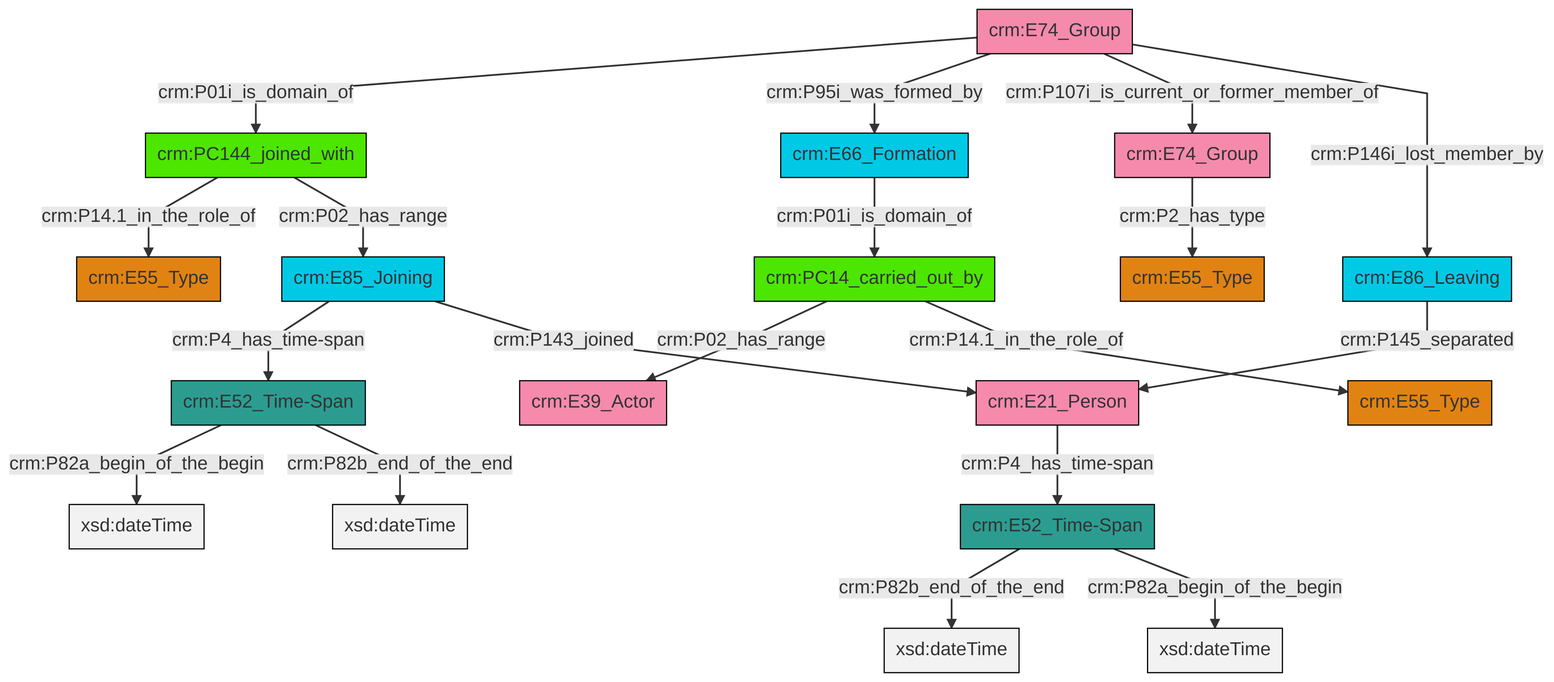
swiss-art-research-net/docs.swissartresearch keeps this Mermaid diagram as et/groupCSV/ttl/mmd/png/group_actor_relations.png. Above is the earlier version. Its source is kept beside it as et/groupCSV/ttl/mmd/group_actor_relations.ttl.mmd.
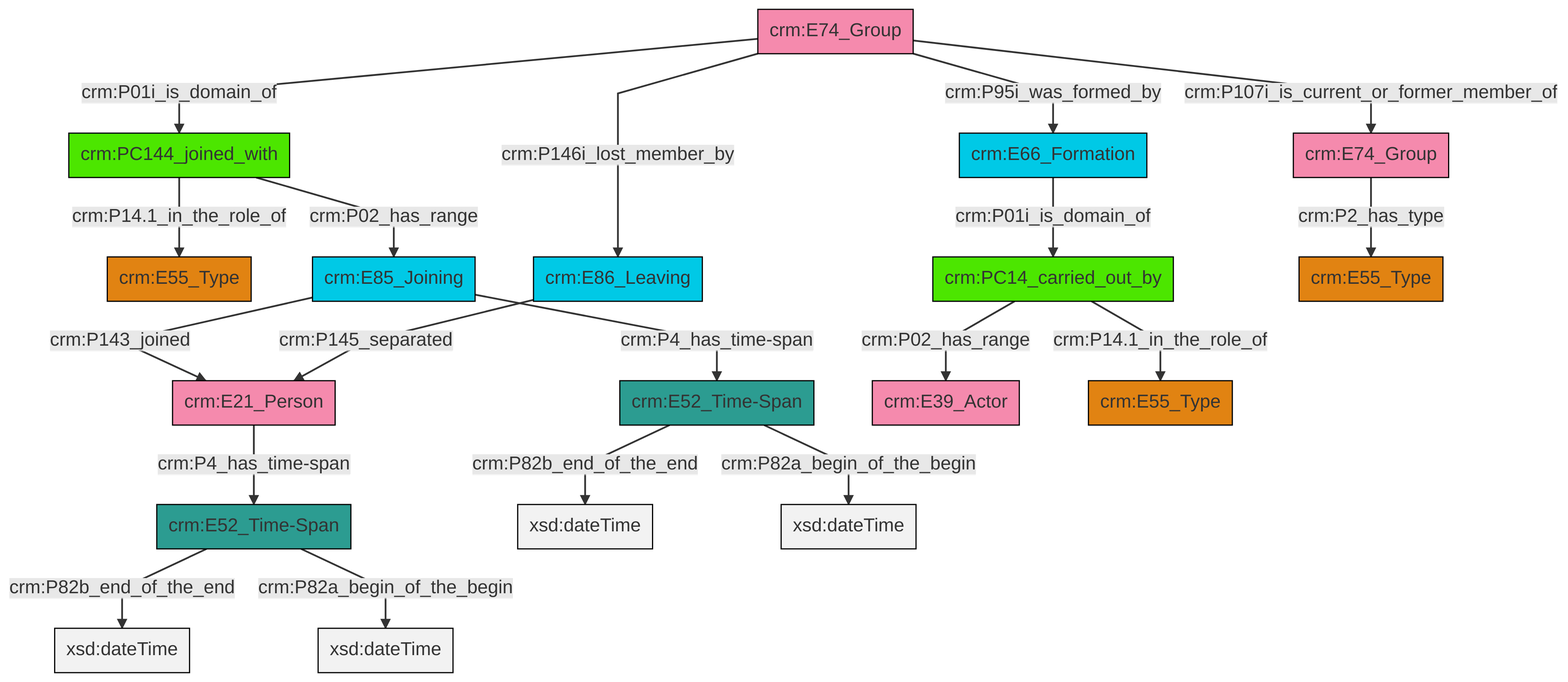
Later version of the same file.

The edit, as a diff of the source:
```diff
@@ -13,21 +13,21 @@
 classDef PC_Classes fill:#4ce600, stroke:#000000;
 classDef Multi fill:#cccccc,stroke:#000000;
 
-0["crm:PC144_joined_with"]:::PC_Classes -->|crm:P14.1_in_the_role_of| 1["crm:E55_Type"]:::Type
-2["crm:E86_Leaving"]:::Temporal_Entity -->|crm:P145_separated| 3["crm:E21_Person"]:::Actor
-6["crm:PC14_carried_out_by"]:::PC_Classes -->|crm:P02_has_range| 7["crm:E39_Actor"]:::Actor
-8["crm:E52_Time-Span"]:::Time-Span -->|crm:P82a_begin_of_the_begin| 9[xsd:dateTime]:::Literal
-11["crm:E85_Joining"]:::Temporal_Entity -->|crm:P4_has_time-span| 8["crm:E52_Time-Span"]:::Time-Span
-3["crm:E21_Person"]:::Actor -->|crm:P4_has_time-span| 15["crm:E52_Time-Span"]:::Time-Span
-16["crm:E74_Group"]:::Actor -->|crm:P01i_is_domain_of| 0["crm:PC144_joined_with"]:::PC_Classes
-0["crm:PC144_joined_with"]:::PC_Classes -->|crm:P02_has_range| 11["crm:E85_Joining"]:::Temporal_Entity
-16["crm:E74_Group"]:::Actor -->|crm:P95i_was_formed_by| 17["crm:E66_Formation"]:::Temporal_Entity
-18["crm:E74_Group"]:::Actor -->|crm:P2_has_type| 4["crm:E55_Type"]:::Type
-8["crm:E52_Time-Span"]:::Time-Span -->|crm:P82b_end_of_the_end| 20[xsd:dateTime]:::Literal
-11["crm:E85_Joining"]:::Temporal_Entity -->|crm:P143_joined| 3["crm:E21_Person"]:::Actor
-15["crm:E52_Time-Span"]:::Time-Span -->|crm:P82b_end_of_the_end| 27[xsd:dateTime]:::Literal
-17["crm:E66_Formation"]:::Temporal_Entity -->|crm:P01i_is_domain_of| 6["crm:PC14_carried_out_by"]:::PC_Classes
-16["crm:E74_Group"]:::Actor -->|crm:P107i_is_current_or_former_member_of| 18["crm:E74_Group"]:::Actor
-16["crm:E74_Group"]:::Actor -->|crm:P146i_lost_member_by| 2["crm:E86_Leaving"]:::Temporal_Entity
-15["crm:E52_Time-Span"]:::Time-Span -->|crm:P82a_begin_of_the_begin| 32[xsd:dateTime]:::Literal
-6["crm:PC14_carried_out_by"]:::PC_Classes -->|crm:P14.1_in_the_role_of| 13["crm:E55_Type"]:::Type
+2["crm:E52_Time-Span"]:::Time-Span -->|crm:P82b_end_of_the_end| 3[xsd:dateTime]:::Literal
+4["crm:PC144_joined_with"]:::PC_Classes -->|crm:P14.1_in_the_role_of| 5["crm:E55_Type"]:::Type
+7["crm:E74_Group"]:::Actor -->|crm:P01i_is_domain_of| 4["crm:PC144_joined_with"]:::PC_Classes
+2["crm:E52_Time-Span"]:::Time-Span -->|crm:P82a_begin_of_the_begin| 8[xsd:dateTime]:::Literal
+4["crm:PC144_joined_with"]:::PC_Classes -->|crm:P02_has_range| 12["crm:E85_Joining"]:::Temporal_Entity
+7["crm:E74_Group"]:::Actor -->|crm:P146i_lost_member_by| 16["crm:E86_Leaving"]:::Temporal_Entity
+19["crm:PC14_carried_out_by"]:::PC_Classes -->|crm:P02_has_range| 20["crm:E39_Actor"]:::Actor
+14["crm:E21_Person"]:::Actor -->|crm:P4_has_time-span| 2["crm:E52_Time-Span"]:::Time-Span
+7["crm:E74_Group"]:::Actor -->|crm:P95i_was_formed_by| 21["crm:E66_Formation"]:::Temporal_Entity
+12["crm:E85_Joining"]:::Temporal_Entity -->|crm:P143_joined| 14["crm:E21_Person"]:::Actor
+7["crm:E74_Group"]:::Actor -->|crm:P107i_is_current_or_former_member_of| 9["crm:E74_Group"]:::Actor
+21["crm:E66_Formation"]:::Temporal_Entity -->|crm:P01i_is_domain_of| 19["crm:PC14_carried_out_by"]:::PC_Classes
+12["crm:E85_Joining"]:::Temporal_Entity -->|crm:P4_has_time-span| 0["crm:E52_Time-Span"]:::Time-Span
+0["crm:E52_Time-Span"]:::Time-Span -->|crm:P82b_end_of_the_end| 32[xsd:dateTime]:::Literal
+16["crm:E86_Leaving"]:::Temporal_Entity -->|crm:P145_separated| 14["crm:E21_Person"]:::Actor
+0["crm:E52_Time-Span"]:::Time-Span -->|crm:P82a_begin_of_the_begin| 34[xsd:dateTime]:::Literal
+9["crm:E74_Group"]:::Actor -->|crm:P2_has_type| 22["crm:E55_Type"]:::Type
+19["crm:PC14_carried_out_by"]:::PC_Classes -->|crm:P14.1_in_the_role_of| 27["crm:E55_Type"]:::Type
```
